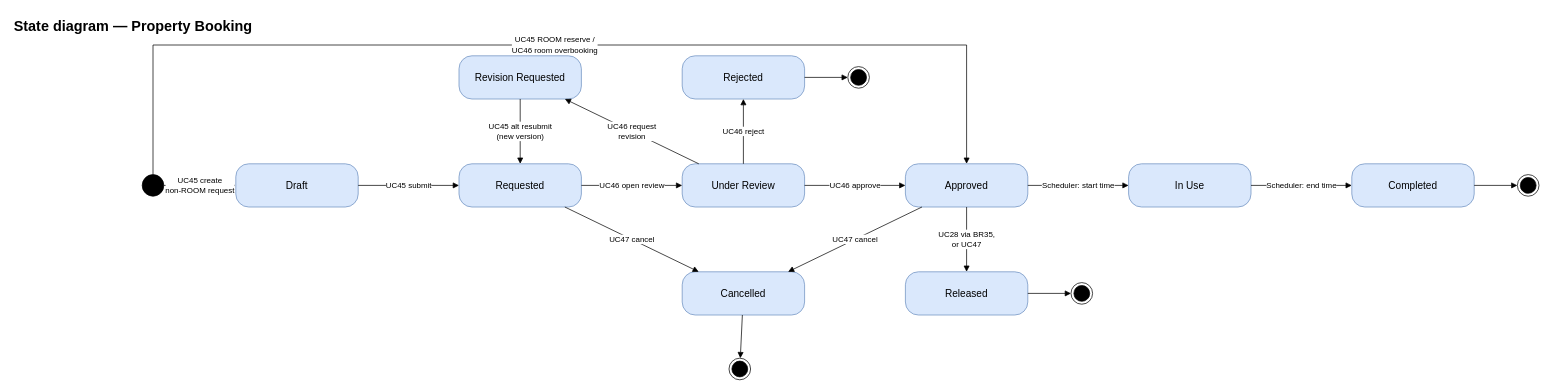
Before: page "Property Booking" (8 of 8) of docs/03-diagrams/UCMS_State_Diagrams.drawio in nvdekay/ClubManagementSystem, a draw.io diagram. Source tidied: cells renumbered, new cells numbered last; positions are measured from the earlier drawing's top-left corner, leaving out a move shared by most shapes. Both pictures are drawn from the tidied source at 72%, with x=0, y=0 at pixel (12, 12).
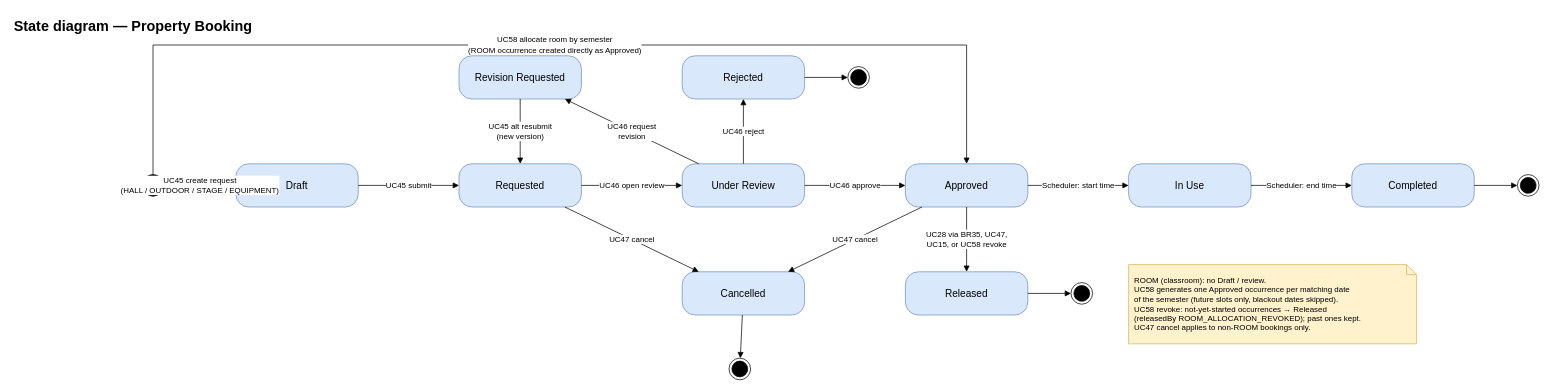
The same diagram, later.

The change refers to these unchanged cells:
```xml
<mxCell id="5" value="Draft" style="rounded=1;arcSize=30;whiteSpace=wrap;html=1;fillColor=#dae8fc;strokeColor=#6c8ebf;fontSize=14;" parent="1" vertex="1">
  <mxGeometry x="310" y="210" width="170" height="60" as="geometry" />
</mxCell>
<mxCell id="8" value="Approved" style="rounded=1;arcSize=30;whiteSpace=wrap;html=1;fillColor=#dae8fc;strokeColor=#6c8ebf;fontSize=14;" parent="1" vertex="1">
  <mxGeometry x="1240" y="210" width="170" height="60" as="geometry" />
</mxCell>
<mxCell id="12" value="Released" style="rounded=1;arcSize=30;whiteSpace=wrap;html=1;fillColor=#dae8fc;strokeColor=#6c8ebf;fontSize=14;" parent="1" vertex="1">
  <mxGeometry x="1240" y="360" width="170" height="60" as="geometry" />
</mxCell>
<mxCell id="13" style="ellipse;html=1;fillColor=#000000;strokeColor=#000000;" parent="1" vertex="1">
  <mxGeometry x="180" y="225" width="30" height="30" as="geometry" />
</mxCell>
```

Diff of the diagram source:
```diff
@@
-    <mxCell id="14" value="UC45 create&lt;br&gt;non-ROOM request" style="endArrow=block;endFill=1;html=1;rounded=0;fontSize=11;labelBackgroundColor=#ffffff;" parent="1" edge="1" source="13" target="5">
+    <mxCell id="14" value="UC45 create request&lt;br&gt;(HALL / OUTDOOR / STAGE / EQUIPMENT)" style="endArrow=block;endFill=1;html=1;rounded=0;fontSize=11;labelBackgroundColor=#ffffff;" parent="1" edge="1" source="13" target="5">
       <mxGeometry relative="1" as="geometry" />
     </mxCell>
@@
-    <mxCell id="33" value="UC28 via BR35,&lt;br&gt;or UC47" style="endArrow=block;endFill=1;html=1;rounded=0;fontSize=11;labelBackgroundColor=#ffffff;" parent="1" edge="1" source="8" target="12">
+    <mxCell id="33" value="UC28 via BR35, UC47,&lt;br&gt;UC15, or UC58 revoke" style="endArrow=block;endFill=1;html=1;rounded=0;fontSize=11;labelBackgroundColor=#ffffff;" parent="1" edge="1" source="8" target="12">
       <mxGeometry relative="1" as="geometry" />
     </mxCell>
-    <mxCell id="34" value="UC45 ROOM reserve /&lt;br&gt;UC46 room overbooking" style="endArrow=block;endFill=1;html=1;rounded=0;fontSize=11;labelBackgroundColor=#ffffff;edgeStyle=orthogonalEdgeStyle;exitX=0.5;exitY=0;entryX=0.5;entryY=0;" parent="1" edge="1" source="13" target="8">
+    <mxCell id="34" value="UC58 allocate room by semester&lt;br&gt;(ROOM occurrence created directly as Approved)" style="endArrow=block;endFill=1;html=1;rounded=0;fontSize=11;labelBackgroundColor=#ffffff;edgeStyle=orthogonalEdgeStyle;exitX=0.5;exitY=0;entryX=0.5;entryY=0;" parent="1" edge="1" source="13" target="8">
       <mxGeometry relative="1" as="geometry">
         <Array as="points">
           <mxPoint x="195" y="45" />
           <mxPoint x="1325" y="45" />
         </Array>
       </mxGeometry>
     </mxCell>
+    <mxCell id="35" value="ROOM (classroom): no Draft / review.&lt;br&gt;UC58 generates one Approved occurrence per matching date&lt;br&gt;of the semester (future slots only, blackout dates skipped).&lt;br&gt;UC58 revoke: not-yet-started occurrences → Released&lt;br&gt;(releasedBy ROOM_ALLOCATION_REVOKED); past ones kept.&lt;br&gt;UC47 cancel applies to non-ROOM bookings only." style="shape=note;whiteSpace=wrap;html=1;size=14;fillColor=#fff2cc;strokeColor=#d6b656;fontSize=11;align=left;spacingLeft=6;" parent="1" vertex="1">
+      <mxGeometry x="1550" y="350" width="400" height="110" as="geometry" />
+    </mxCell>
```
